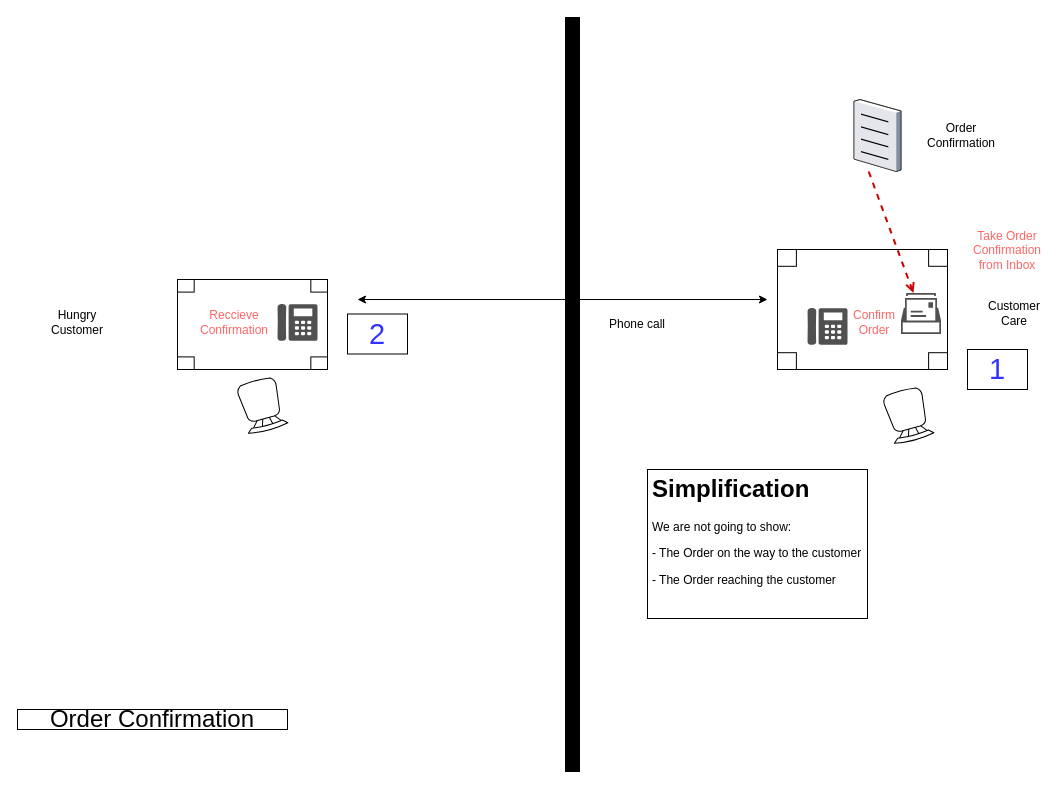
Above: resources/Order Confirmation.drawio in iancooper/practical-messaging (draw.io), before the change. Source tidied: cells renumbered, new cells numbered last; positions are measured from the earlier drawing's top-left corner, leaving out a move shared by most shapes. Both pictures are drawn from the tidied source at 100%, with x=0, y=0 at pixel (17, 19).
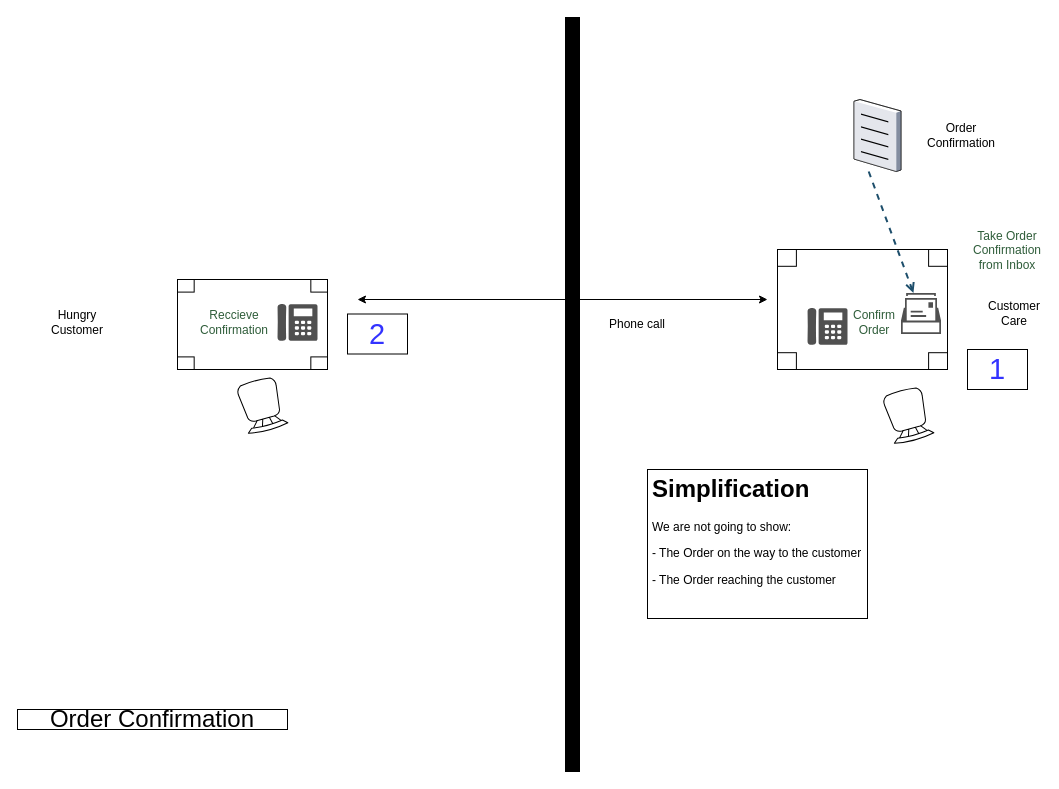
The same diagram, later.

The change refers to these unchanged cells:
```xml
<mxCell id="8" style="sketch=0;shadow=0;dashed=0;html=1;strokeColor=none;fillColor=#505050;labelPosition=center;verticalLabelPosition=bottom;verticalAlign=top;outlineConnect=0;align=center;shape=mxgraph.office.concepts.mailbox2;" parent="1" vertex="1">
  <mxGeometry x="883.5" y="273.5" width="40" height="41" as="geometry" />
</mxCell>
```

Diff of the diagram source:
```diff
@@
-    <mxCell id="7" value="&lt;font color=&quot;#ff6666&quot;&gt;Confirm Order&lt;/font&gt;" style="text;html=1;strokeColor=none;fillColor=none;align=center;verticalAlign=middle;whiteSpace=wrap;rounded=0;" parent="1" vertex="1">
+    <mxCell id="7" value="&lt;font color=&quot;#2F5D3A&quot;&gt;Confirm Order&lt;/font&gt;" style="text;html=1;strokeColor=none;fillColor=none;align=center;verticalAlign=middle;whiteSpace=wrap;rounded=0;" parent="1" vertex="1">
       <mxGeometry x="830" y="260.2" width="53.5" height="85.5" as="geometry" />
     </mxCell>
@@
-    <mxCell id="12" style="endArrow=open;dashed=1;html=1;strokeColor=#CC0000;endFill=0;strokeWidth=2;" parent="1" edge="1" target="8">
+    <mxCell id="12" style="endArrow=open;dashed=1;html=1;strokeColor=#1D4E6B;endFill=0;strokeWidth=2;" parent="1" edge="1" target="8">
       <mxGeometry relative="1" as="geometry">
         <mxPoint x="851.2" y="152" as="sourcePoint" />
       </mxGeometry>
     </mxCell>
-    <mxCell id="13" value="&lt;font color=&quot;#ff6666&quot;&gt;Take Order&lt;br&gt;Confirmation from Inbox&lt;/font&gt;" style="text;html=1;strokeColor=none;fillColor=none;align=center;verticalAlign=middle;whiteSpace=wrap;rounded=0;" parent="1" vertex="1">
+    <mxCell id="13" value="&lt;font color=&quot;#2F5D3A&quot;&gt;Take Order&lt;br&gt;Confirmation from Inbox&lt;/font&gt;" style="text;html=1;strokeColor=none;fillColor=none;align=center;verticalAlign=middle;whiteSpace=wrap;rounded=0;" parent="1" vertex="1">
       <mxGeometry x="963.2" y="188" width="53.5" height="85.5" as="geometry" />
     </mxCell>
@@
-    <mxCell id="20" value="&lt;font color=&quot;#ff6666&quot;&gt;Reccieve&lt;br&gt;Confirmation&lt;br&gt;&lt;/font&gt;" style="text;html=1;strokeColor=none;fillColor=none;align=center;verticalAlign=middle;whiteSpace=wrap;rounded=0;" parent="1" vertex="1">
+    <mxCell id="20" value="&lt;font color=&quot;#2F5D3A&quot;&gt;Reccieve&lt;br&gt;Confirmation&lt;br&gt;&lt;/font&gt;" style="text;html=1;strokeColor=none;fillColor=none;align=center;verticalAlign=middle;whiteSpace=wrap;rounded=0;" parent="1" vertex="1">
       <mxGeometry x="190" y="260" width="53.5" height="85.5" as="geometry" />
     </mxCell>
```
